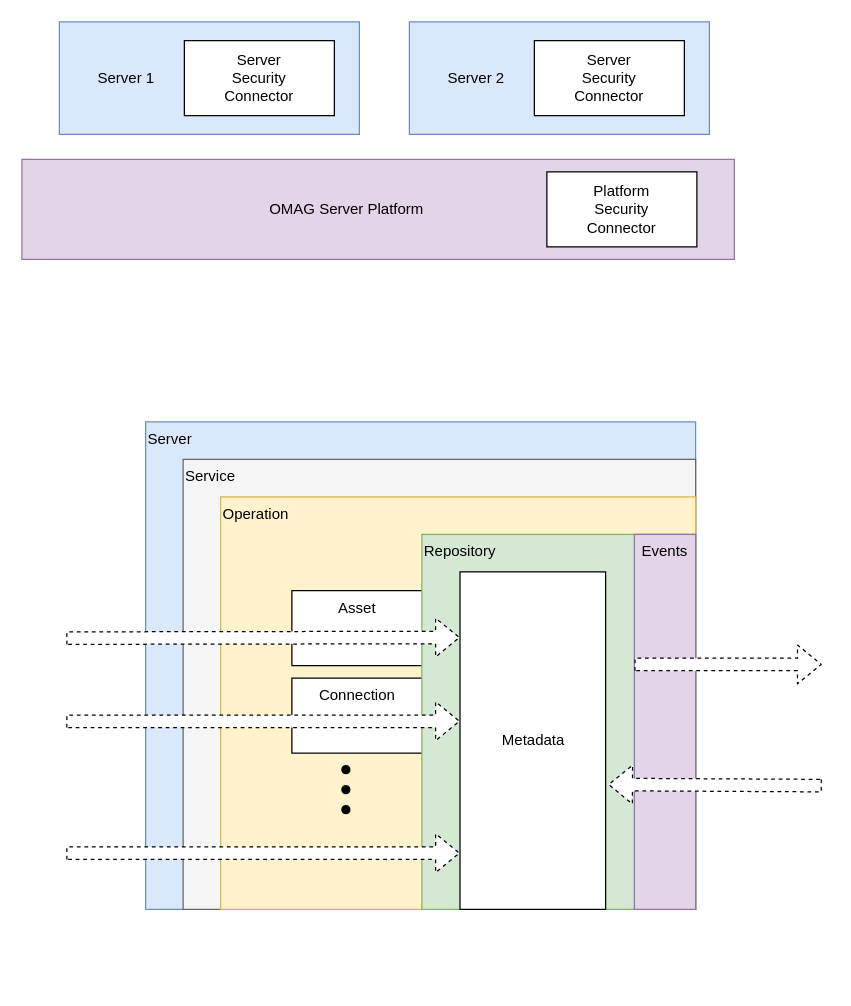
The draw.io diagram page "security-overview" (1 of 5) of site/docs/features/metadata-security/metadata-security.drawio in odpi/egeria-docs, before the edit. Source tidied: cells renumbered, new cells numbered last; positions are measured from the earlier drawing's top-left corner, leaving out a move shared by most shapes. Both pictures are drawn from the tidied source at 125%, with x=0, y=0 at pixel (21, 21).
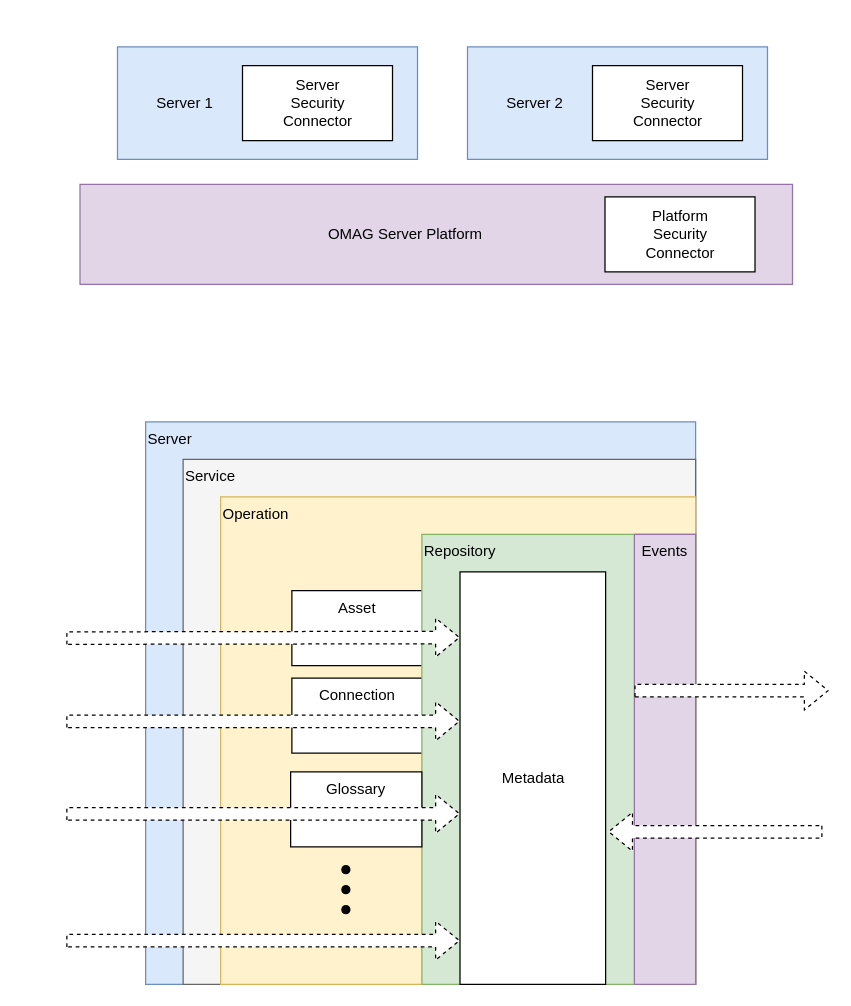
The same page after the edit.

Diff of the diagram source:
```diff
@@
     <mxCell id="2" value="OMAG Server Platform" style="rounded=0;whiteSpace=wrap;html=1;spacingRight=50;fillColor=#e1d5e7;strokeColor=#9673a6;" parent="1" vertex="1">
-      <mxGeometry y="110" width="570" height="80" as="geometry" />
+      <mxGeometry x="46.5" y="130" width="570" height="80" as="geometry" />
     </mxCell>
     <mxCell id="3" value="Platform&lt;br&gt;Security&lt;br&gt;Connector&lt;br&gt;" style="rounded=0;whiteSpace=wrap;html=1;" parent="1" vertex="1">
-      <mxGeometry x="420" y="120" width="120" height="60" as="geometry" />
+      <mxGeometry x="466.5" y="140" width="120" height="60" as="geometry" />
     </mxCell>
     <mxCell id="4" value="Server 1" style="rounded=0;whiteSpace=wrap;html=1;align=left;spacingLeft=29;fillColor=#dae8fc;strokeColor=#6c8ebf;" parent="1" vertex="1">
-      <mxGeometry x="30" width="240" height="90" as="geometry" />
+      <mxGeometry x="76.5" y="20" width="240" height="90" as="geometry" />
     </mxCell>
     <mxCell id="5" value="Server&lt;br&gt;Security&lt;br&gt;Connector" style="rounded=0;whiteSpace=wrap;html=1;align=center;" parent="1" vertex="1">
-      <mxGeometry x="130" y="15" width="120" height="60" as="geometry" />
+      <mxGeometry x="176.5" y="35" width="120" height="60" as="geometry" />
     </mxCell>
     <mxCell id="6" value="Server 2" style="rounded=0;whiteSpace=wrap;html=1;align=left;spacingLeft=29;fillColor=#dae8fc;strokeColor=#6c8ebf;" parent="1" vertex="1">
-      <mxGeometry x="310" width="240" height="90" as="geometry" />
+      <mxGeometry x="356.5" y="20" width="240" height="90" as="geometry" />
     </mxCell>
     <mxCell id="7" value="Server&lt;br&gt;Security&lt;br&gt;Connector" style="rounded=0;whiteSpace=wrap;html=1;align=center;" parent="1" vertex="1">
-      <mxGeometry x="410" y="15" width="120" height="60" as="geometry" />
+      <mxGeometry x="456.5" y="35" width="120" height="60" as="geometry" />
     </mxCell>
     <mxCell id="8" value="Server" style="rounded=0;whiteSpace=wrap;html=1;align=left;verticalAlign=top;fillColor=#dae8fc;strokeColor=#6c8ebf;" parent="1" vertex="1">
-      <mxGeometry x="99" y="320" width="440" height="390" as="geometry" />
+      <mxGeometry x="99" y="320" width="440" height="450" as="geometry" />
     </mxCell>
     <mxCell id="9" value="Service" style="rounded=0;whiteSpace=wrap;html=1;align=left;verticalAlign=top;fillColor=#f5f5f5;strokeColor=#666666;" parent="1" vertex="1">
-      <mxGeometry x="129" y="350" width="410" height="360" as="geometry" />
+      <mxGeometry x="129" y="350" width="410" height="420" as="geometry" />
     </mxCell>
     <mxCell id="10" value="Operation" style="rounded=0;whiteSpace=wrap;html=1;align=left;verticalAlign=top;fillColor=#fff2cc;strokeColor=#d6b656;" parent="1" vertex="1">
-      <mxGeometry x="159" y="380" width="380" height="330" as="geometry" />
+      <mxGeometry x="159" y="380" width="380" height="390" as="geometry" />
     </mxCell>
@@
-    <mxCell id="13" style="group;" parent="1" vertex="1">
-      <mxGeometry x="256" y="595" width="8" height="40" as="geometry" />
-    </mxCell>
+    <mxCell id="25" style="group;" parent="1" vertex="1">
+      <mxGeometry x="256" y="675" width="8" height="40" as="geometry" />
+    </mxCell>
-    <mxCell id="14" style="ellipse;whiteSpace=wrap;html=1;align=center;fillColor=#000000;" parent="13" vertex="1">
+    <mxCell id="14" style="ellipse;whiteSpace=wrap;html=1;align=center;fillColor=#000000;" parent="25" vertex="1">
       <mxGeometry width="6.4" height="6.4" as="geometry" />
     </mxCell>
-    <mxCell id="15" style="ellipse;whiteSpace=wrap;html=1;align=center;fillColor=#000000;" parent="13" vertex="1">
+    <mxCell id="15" style="ellipse;whiteSpace=wrap;html=1;align=center;fillColor=#000000;" parent="25" vertex="1">
       <mxGeometry y="16" width="6.4" height="6.4" as="geometry" />
     </mxCell>
-    <mxCell id="16" style="ellipse;whiteSpace=wrap;html=1;align=center;fillColor=#000000;" parent="13" vertex="1">
+    <mxCell id="16" style="ellipse;whiteSpace=wrap;html=1;align=center;fillColor=#000000;" parent="25" vertex="1">
       <mxGeometry y="32" width="6.4" height="6.4" as="geometry" />
     </mxCell>
     <mxCell id="17" value="&lt;div style=&quot;text-align: left&quot;&gt;&lt;span&gt;Repository&lt;/span&gt;&lt;/div&gt;" style="rounded=0;whiteSpace=wrap;html=1;fillColor=#d5e8d4;fontColor=#000000;align=left;verticalAlign=top;strokeColor=#82b366;" parent="1" vertex="1">
-      <mxGeometry x="320" y="410" width="219" height="300" as="geometry" />
+      <mxGeometry x="320" y="410" width="219" height="360" as="geometry" />
     </mxCell>
-    <mxCell id="18" style="shape=flexArrow;endArrow=classic;html=1;fillColor=#ffffff;dashed=1;entryX=0;entryY=0.25;" parent="1" edge="1">
-      <mxGeometry relative="1" as="geometry">
-        <mxPoint x="35.5" y="493" as="sourcePoint" />
-        <mxPoint x="350.5" y="492.5" as="targetPoint" />
-      </mxGeometry>
-    </mxCell>
-    <mxCell id="19" style="shape=flexArrow;endArrow=classic;html=1;fillColor=#ffffff;dashed=1;entryX=0;entryY=0.25;" parent="1" edge="1">
-      <mxGeometry relative="1" as="geometry">
-        <mxPoint x="35.5" y="559.5" as="sourcePoint" />
-        <mxPoint x="350.5" y="559.5" as="targetPoint" />
-      </mxGeometry>
-    </mxCell>
-    <mxCell id="20" style="shape=flexArrow;endArrow=classic;html=1;fillColor=#ffffff;dashed=1;entryX=0;entryY=0.25;" parent="1" edge="1">
-      <mxGeometry relative="1" as="geometry">
-        <mxPoint x="35.5" y="665" as="sourcePoint" />
-        <mxPoint x="350.5" y="665" as="targetPoint" />
-      </mxGeometry>
-    </mxCell>
+    <mxCell id="26" style="shape=flexArrow;endArrow=classic;html=1;fillColor=#ffffff;dashed=1;entryX=0;entryY=0.25;" parent="1" edge="1">
+      <mxGeometry relative="1" as="geometry">
+        <mxPoint x="35.5" y="493" as="sourcePoint" />
+        <mxPoint x="350.5" y="492.5" as="targetPoint" />
+      </mxGeometry>
+    </mxCell>
+    <mxCell id="27" style="shape=flexArrow;endArrow=classic;html=1;fillColor=#ffffff;dashed=1;entryX=0;entryY=0.25;" parent="1" edge="1">
+      <mxGeometry relative="1" as="geometry">
+        <mxPoint x="35.5" y="559.5" as="sourcePoint" />
+        <mxPoint x="350.5" y="559.5" as="targetPoint" />
+      </mxGeometry>
+    </mxCell>
+    <mxCell id="28" style="shape=flexArrow;endArrow=classic;html=1;fillColor=#ffffff;dashed=1;entryX=0;entryY=0.894;entryDx=0;entryDy=0;entryPerimeter=0;" parent="1" edge="1" target="22">
+      <mxGeometry relative="1" as="geometry">
+        <mxPoint x="35.5" y="735" as="sourcePoint" />
+      </mxGeometry>
+    </mxCell>
     <mxCell id="21" value="Events" style="rounded=0;whiteSpace=wrap;html=1;fillColor=#e1d5e7;strokeColor=#9673a6;verticalAlign=top;" parent="1" vertex="1">
-      <mxGeometry x="490" y="410" width="49" height="300" as="geometry" />
+      <mxGeometry x="490" y="410" width="49" height="360" as="geometry" />
     </mxCell>
     <mxCell id="22" value="Metadata" style="rounded=0;whiteSpace=wrap;html=1;align=center;verticalAlign=middle;fillColor=#ffffff;strokeColor=#000000;" parent="1" vertex="1">
-      <mxGeometry x="350.5" y="440" width="116.5" height="270" as="geometry" />
+      <mxGeometry x="350.5" y="440" width="116.5" height="330" as="geometry" />
     </mxCell>
-    <mxCell id="23" style="shape=flexArrow;endArrow=classic;html=1;fillColor=#ffffff;dashed=1;exitX=0;exitY=0.347;exitDx=0;exitDy=0;exitPerimeter=0;" parent="1" edge="1" source="21">
-      <mxGeometry relative="1" as="geometry">
-        <mxPoint x="640" y="514" as="targetPoint" />
-      </mxGeometry>
-    </mxCell>
-    <mxCell id="24" style="shape=flexArrow;endArrow=classic;html=1;fillColor=#ffffff;dashed=1;entryX=1.017;entryY=0.63;entryDx=0;entryDy=0;entryPerimeter=0;" parent="1" edge="1" target="22">
-      <mxGeometry relative="1" as="geometry">
-        <mxPoint x="640" y="611" as="sourcePoint" />
-      </mxGeometry>
-    </mxCell>
+    <mxCell id="29" style="shape=flexArrow;endArrow=classic;html=1;fillColor=#ffffff;dashed=1;exitX=0;exitY=0.347;exitDx=0;exitDy=0;exitPerimeter=0;" parent="1" edge="1" source="21">
+      <mxGeometry relative="1" as="geometry">
+        <mxPoint x="645.5" y="535" as="targetPoint" />
+      </mxGeometry>
+    </mxCell>
+    <mxCell id="30" style="shape=flexArrow;endArrow=classic;html=1;fillColor=#ffffff;dashed=1;entryX=1.017;entryY=0.63;entryDx=0;entryDy=0;entryPerimeter=0;" parent="1" edge="1" target="22">
+      <mxGeometry relative="1" as="geometry">
+        <mxPoint x="640.5" y="648" as="sourcePoint" />
+      </mxGeometry>
+    </mxCell>
+    <mxCell id="31" value="Glossary" style="rounded=0;whiteSpace=wrap;html=1;align=center;verticalAlign=top;" parent="1" vertex="1">
+      <mxGeometry x="215" y="600" width="105" height="60" as="geometry" />
+    </mxCell>
+    <mxCell id="32" style="shape=flexArrow;endArrow=classic;html=1;fillColor=#ffffff;dashed=1;entryX=0;entryY=0.25;" parent="1" edge="1">
+      <mxGeometry relative="1" as="geometry">
+        <mxPoint x="35.5" y="633.5" as="sourcePoint" />
+        <mxPoint x="350.5" y="633.5" as="targetPoint" />
+      </mxGeometry>
+    </mxCell>
```
